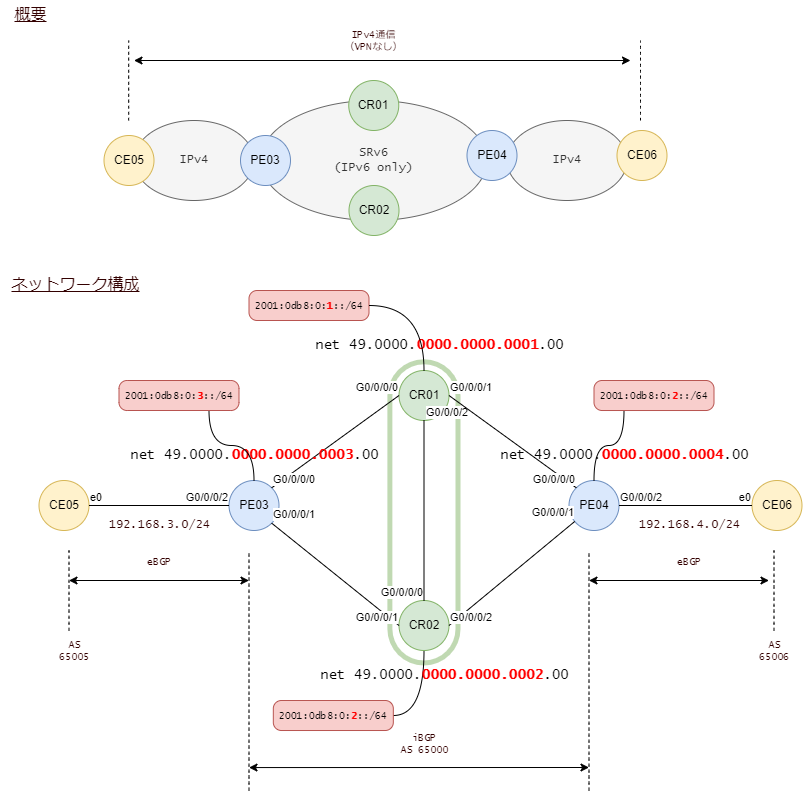
Above: iosxr_config/img/srv6_bgp.drawio.png in takamitsu-iida/srv6-guide (draw.io), before the change. Source tidied: cells renumbered, new cells last; positions are measured from the earlier drawing's top-left corner, leaving out a move shared by most shapes.
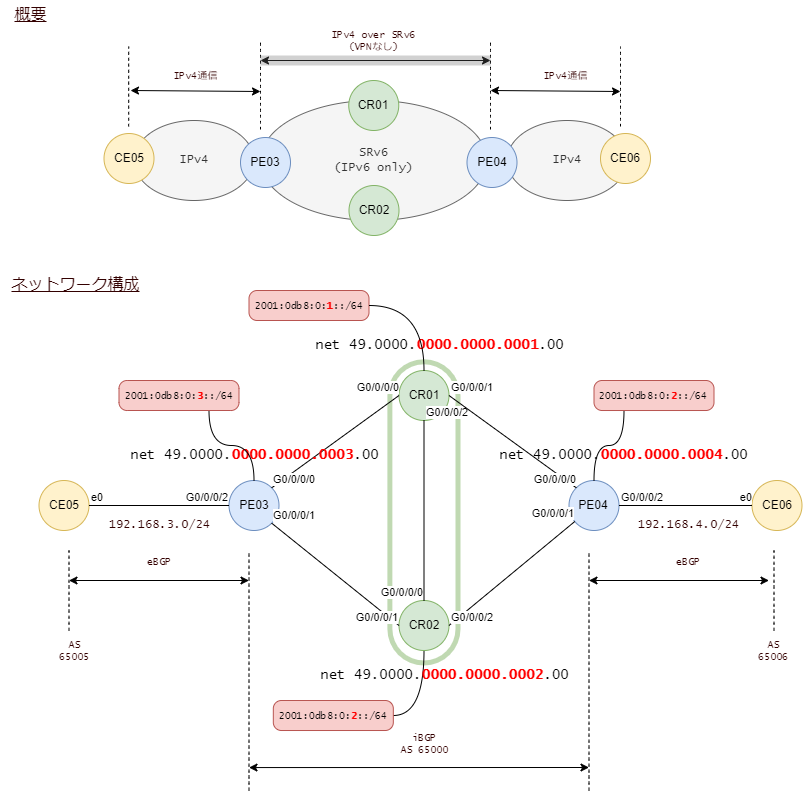
After the commit.

What changed in the source:
```diff
@@ -201,43 +201,79 @@
       <mxGeometry x="348.5" y="185" width="50" height="50" as="geometry" />
     </mxCell>
     <mxCell id="61" value="PE04" style="ellipse;whiteSpace=wrap;html=1;fillColor=#dae8fc;strokeColor=#6c8ebf;" parent="1" vertex="1">
-      <mxGeometry x="466.5" y="130" width="50" height="50" as="geometry" />
+      <mxGeometry x="466.5" y="137" width="50" height="50" as="geometry" />
     </mxCell>
     <mxCell id="62" value="PE03" style="ellipse;whiteSpace=wrap;html=1;fillColor=#dae8fc;strokeColor=#6c8ebf;" parent="1" vertex="1">
-      <mxGeometry x="240" y="135" width="50" height="50" as="geometry" />
+      <mxGeometry x="240" y="137" width="50" height="50" as="geometry" />
     </mxCell>
     <mxCell id="63" value="CE06" style="ellipse;whiteSpace=wrap;html=1;fillColor=#fff2cc;strokeColor=#d6b656;" parent="1" vertex="1">
-      <mxGeometry x="616.5" y="130" width="50" height="50" as="geometry" />
+      <mxGeometry x="600" y="133" width="50" height="50" as="geometry" />
     </mxCell>
     <mxCell id="64" value="CE05" style="ellipse;whiteSpace=wrap;html=1;fillColor=#fff2cc;strokeColor=#d6b656;" parent="1" vertex="1">
-      <mxGeometry x="103.5" y="135" width="50" height="50" as="geometry" />
+      <mxGeometry x="103.5" y="133" width="50" height="50" as="geometry" />
     </mxCell>
     <mxCell id="65" style="endArrow=none;dashed=1;html=1;fontFamily=Lucida Console;fontSize=10;fontColor=#FF0000;curved=1;" parent="1" edge="1">
       <mxGeometry relative="1" as="geometry">
-        <mxPoint x="128.2" y="120" as="sourcePoint" />
-        <mxPoint x="128.2" y="40" as="targetPoint" />
+        <mxPoint x="128.2" y="126" as="sourcePoint" />
+        <mxPoint x="128.2" y="46" as="targetPoint" />
       </mxGeometry>
     </mxCell>
     <mxCell id="66" style="endArrow=none;dashed=1;html=1;fontFamily=Lucida Console;fontSize=10;fontColor=#FF0000;curved=1;" parent="1" edge="1">
       <mxGeometry relative="1" as="geometry">
-        <mxPoint x="640" y="120" as="sourcePoint" />
-        <mxPoint x="640" y="40" as="targetPoint" />
+        <mxPoint x="620" y="126" as="sourcePoint" />
+        <mxPoint x="620" y="46" as="targetPoint" />
       </mxGeometry>
     </mxCell>
-    <mxCell id="67" style="endArrow=classic;startArrow=classic;html=1;fontFamily=Lucida Console;fontSize=10;fontColor=#FF0000;curved=1;" parent="1" edge="1">
-      <mxGeometry relative="1" as="geometry">
-        <mxPoint x="133.5" y="60" as="sourcePoint" />
-        <mxPoint x="630" y="60" as="targetPoint" />
-      </mxGeometry>
-    </mxCell>
-    <mxCell id="68" value="IPv4通信&lt;br&gt;（VPNなし）" style="text;html=1;align=center;verticalAlign=middle;strokeColor=none;fillColor=none;fontSize=10;fontFamily=Lucida Console;fontColor=#330000;" parent="1" vertex="1">
-      <mxGeometry x="333.2" y="20" width="80" height="40" as="geometry" />
-    </mxCell>
     <mxCell id="69" value="&lt;u&gt;概要&lt;/u&gt;" style="text;html=1;align=center;verticalAlign=middle;strokeColor=none;fillColor=none;fontSize=16;fontFamily=Lucida Console;fontColor=#330000;" parent="1" vertex="1">
       <mxGeometry width="60" height="30" as="geometry" />
     </mxCell>
     <mxCell id="70" value="&lt;u&gt;ネットワーク構成&lt;/u&gt;" style="text;html=1;align=center;verticalAlign=middle;strokeColor=none;fillColor=none;fontSize=16;fontFamily=Lucida Console;fontColor=#330000;" parent="1" vertex="1">
       <mxGeometry y="270" width="150" height="30" as="geometry" />
     </mxCell>
+    <mxCell id="71" style="endArrow=none;dashed=1;html=1;fontFamily=Lucida Console;fontSize=10;fontColor=#FF0000;curved=1;" parent="1" edge="1">
+      <mxGeometry relative="1" as="geometry">
+        <mxPoint x="490" y="129" as="sourcePoint" />
+        <mxPoint x="490" y="40" as="targetPoint" />
+      </mxGeometry>
+    </mxCell>
+    <mxCell id="72" style="endArrow=none;dashed=1;html=1;fontFamily=Lucida Console;fontSize=10;fontColor=#FF0000;curved=1;" parent="1" edge="1">
+      <mxGeometry relative="1" as="geometry">
+        <mxPoint x="260" y="129" as="sourcePoint" />
+        <mxPoint x="260" y="40" as="targetPoint" />
+      </mxGeometry>
+    </mxCell>
+    <mxCell id="73" style="endArrow=classic;startArrow=classic;html=1;fontFamily=Lucida Console;fontSize=10;fontColor=#FF0000;curved=1;" parent="1" edge="1">
+      <mxGeometry relative="1" as="geometry">
+        <mxPoint x="260" y="60" as="sourcePoint" />
+        <mxPoint x="490" y="60" as="targetPoint" />
+      </mxGeometry>
+    </mxCell>
+    <mxCell id="74" style="endArrow=none;html=1;rounded=1;strokeWidth=10;fillColor=#f5f5f5;strokeColor=#666666;opacity=30;" parent="1" edge="1">
+      <mxGeometry relative="1" as="geometry">
+        <mxPoint x="260" y="60" as="sourcePoint" />
+        <mxPoint x="490" y="60" as="targetPoint" />
+      </mxGeometry>
+    </mxCell>
+    <mxCell id="75" value="IPv4 over SRv6&lt;br&gt;(VPNなし)" style="text;html=1;align=center;verticalAlign=middle;strokeColor=none;fillColor=none;fontSize=10;fontFamily=Lucida Console;fontColor=#330000;" parent="1" vertex="1">
+      <mxGeometry x="318.2" y="20" width="110" height="40" as="geometry" />
+    </mxCell>
+    <mxCell id="76" style="endArrow=classic;startArrow=classic;html=1;fontFamily=Lucida Console;fontSize=10;fontColor=#FF0000;curved=1;" parent="1" edge="1">
+      <mxGeometry relative="1" as="geometry">
+        <mxPoint x="130" y="90" as="sourcePoint" />
+        <mxPoint x="260" y="91" as="targetPoint" />
+      </mxGeometry>
+    </mxCell>
+    <mxCell id="77" value="IPv4通信" style="text;html=1;align=center;verticalAlign=middle;strokeColor=none;fillColor=none;fontSize=10;fontFamily=Lucida Console;fontColor=#330000;" parent="1" vertex="1">
+      <mxGeometry x="160" y="60" width="70" height="30" as="geometry" />
+    </mxCell>
+    <mxCell id="78" value="IPv4通信" style="text;html=1;align=center;verticalAlign=middle;strokeColor=none;fillColor=none;fontSize=10;fontFamily=Lucida Console;fontColor=#330000;" parent="1" vertex="1">
+      <mxGeometry x="530" y="60" width="70" height="30" as="geometry" />
+    </mxCell>
+    <mxCell id="79" style="endArrow=classic;startArrow=classic;html=1;fontFamily=Lucida Console;fontSize=10;fontColor=#FF0000;curved=1;" parent="1" edge="1">
+      <mxGeometry relative="1" as="geometry">
+        <mxPoint x="490" y="90" as="sourcePoint" />
+        <mxPoint x="620" y="91" as="targetPoint" />
+      </mxGeometry>
+    </mxCell>
   </root>
 </mxGraphModel>
```
